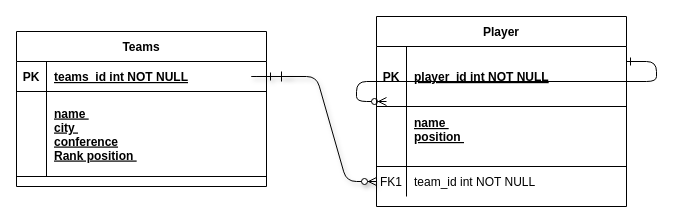
Before: Untitled Diagram.drawio in PhilipL1/project-bball, a draw.io diagram. Source tidied: cells renumbered, new cells numbered last; positions are measured from the earlier drawing's top-left corner, leaving out a move shared by most shapes. Both pictures are drawn from the tidied source at 100%, with x=0, y=0 at pixel (16, 16).
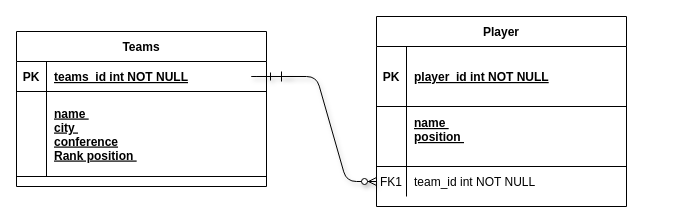
After the change.

Diff of the diagram source:
```diff
@@
-    <mxCell id="2" style="edgeStyle=entityRelationEdgeStyle;endArrow=ERzeroToMany;startArrow=ERone;endFill=1;startFill=0;" parent="1" edge="1">
-      <mxGeometry relative="1" as="geometry">
-        <mxPoint x="610" y="45" as="sourcePoint" />
-        <mxPoint x="370" y="85" as="targetPoint" />
-      </mxGeometry>
-    </mxCell>
```
